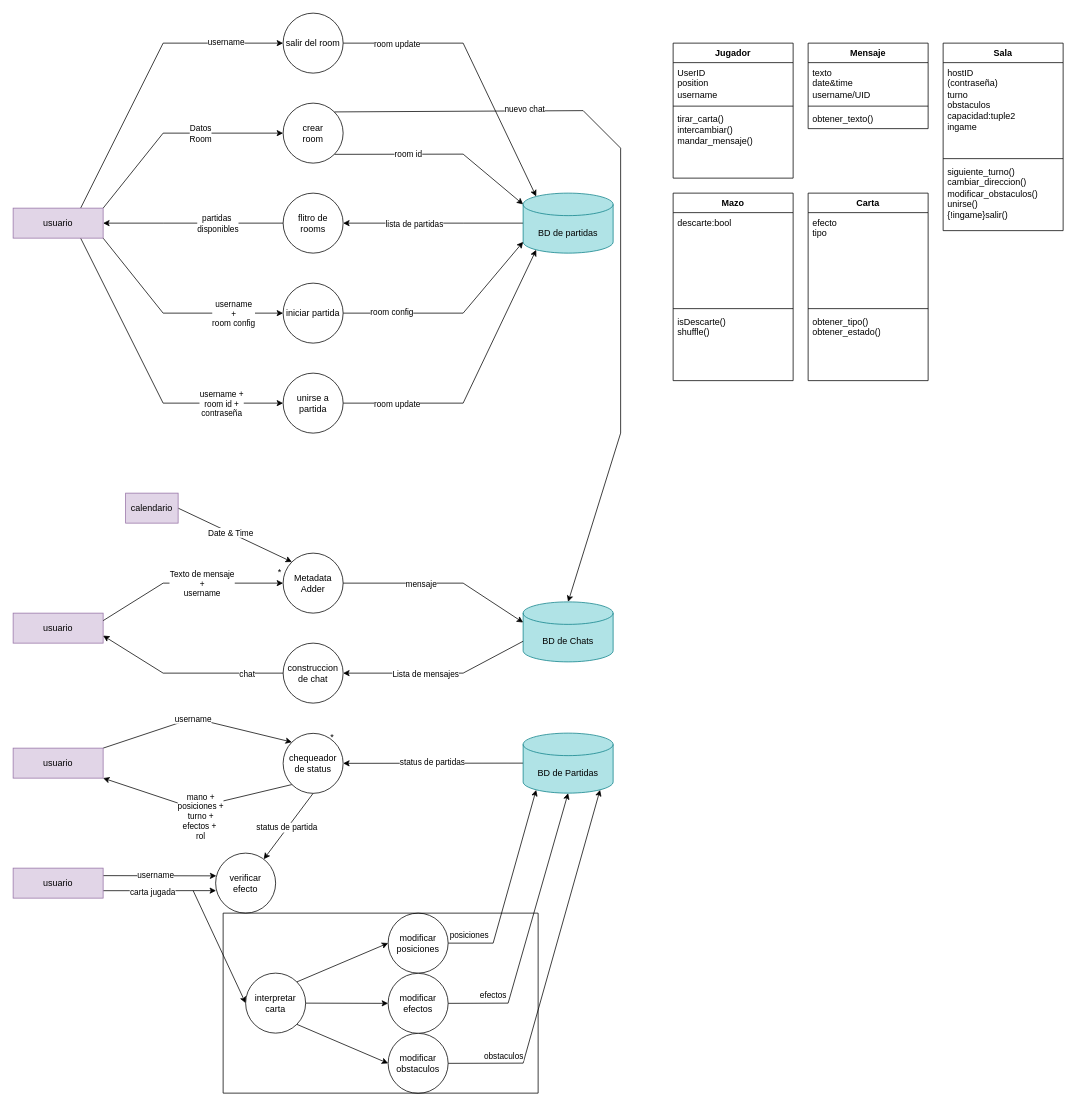
The draw.io diagram Diagrama sin título.drawio in PedroSalas216/Ingenieria-SW-1, before the edit. Source tidied: cells renumbered, new cells numbered last; positions are measured from the earlier drawing's top-left corner, leaving out a move shared by most shapes. Both pictures are drawn from the tidied source at 75%, with x=0, y=0 at pixel (13, 13).
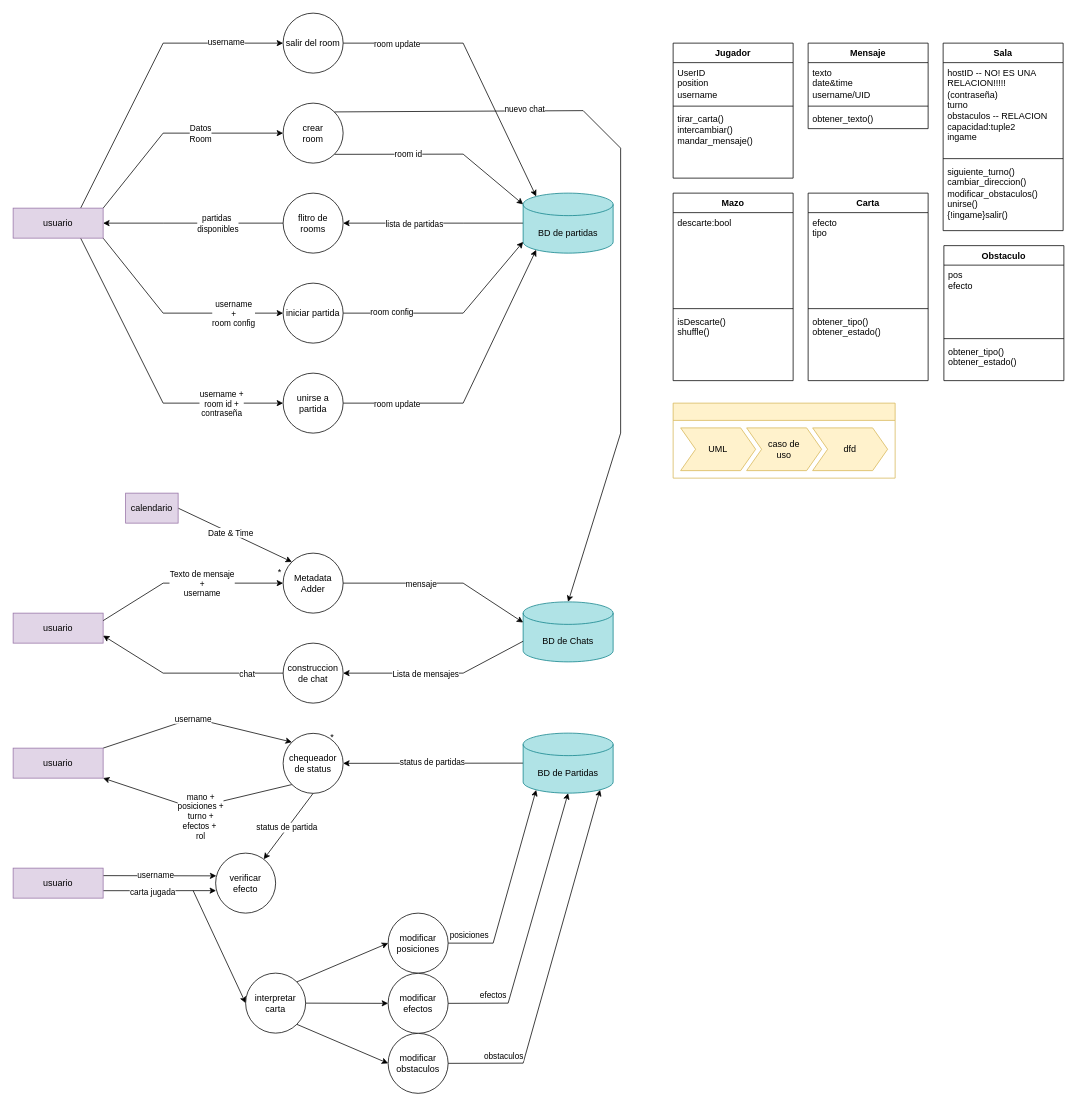
After the change.

The change refers to these unchanged cells:
```xml
<mxCell id="88" value="&lt;div&gt;Sala&lt;/div&gt;" style="swimlane;fontStyle=1;align=center;verticalAlign=top;horizontal=1;startSize=26;whiteSpace=wrap;html=1;" parent="1" vertex="1">
  <mxGeometry x="1240" y="40" width="160" height="250" as="geometry" />
</mxCell>
```

What changed in the source:
```diff
@@
-    <mxCell id="89" value="&lt;div&gt;hostID&lt;/div&gt;&lt;div&gt;(contraseña)&lt;/div&gt;&lt;div&gt;turno&lt;/div&gt;&lt;div&gt;obstaculos&lt;/div&gt;&lt;div&gt;capacidad:tuple2&lt;/div&gt;&lt;div&gt;ingame&lt;br&gt;&lt;/div&gt;&lt;div&gt;&lt;br&gt;&lt;/div&gt;" style="text;strokeColor=none;fillColor=none;align=left;verticalAlign=top;spacingLeft=4;spacingRight=4;overflow=hidden;whiteSpace=wrap;html=1;" parent="88" vertex="1">
+    <mxCell id="89" value="&lt;div&gt;hostID -- NO! ES UNA RELACION!!!!!&lt;br&gt;&lt;/div&gt;&lt;div&gt;(contraseña)&lt;/div&gt;&lt;div&gt;turno&lt;/div&gt;&lt;div&gt;obstaculos -- RELACION&lt;br&gt;&lt;/div&gt;&lt;div&gt;capacidad:tuple2&lt;/div&gt;&lt;div&gt;ingame&lt;br&gt;&lt;/div&gt;&lt;div&gt;&lt;br&gt;&lt;/div&gt;" style="text;strokeColor=none;fillColor=none;align=left;verticalAlign=top;spacingLeft=4;spacingRight=4;overflow=hidden;whiteSpace=wrap;html=1;" parent="88" vertex="1">
       <mxGeometry y="26" width="160" height="124" as="geometry" />
     </mxCell>
@@
-    <mxCell id="100" style="swimlane;startSize=0;" parent="1" vertex="1">
-      <mxGeometry x="280" y="1200" width="420" height="240" as="geometry" />
-    </mxCell>
-    <mxCell id="101" style="edgeStyle=none;rounded=0;orthogonalLoop=1;jettySize=auto;html=1;exitX=1;exitY=1;exitDx=0;exitDy=0;" parent="1" edge="1" source="100" target="100">
-      <mxGeometry relative="1" as="geometry" />
+    <mxCell id="101" style="edgeStyle=none;rounded=0;orthogonalLoop=1;jettySize=auto;html=1;exitX=1;exitY=1;exitDx=0;exitDy=0;" parent="1" edge="1">
+      <mxGeometry relative="1" as="geometry">
+        <mxPoint x="700" y="1440" as="sourcePoint" />
+        <mxPoint x="700" y="1440" as="targetPoint" />
+      </mxGeometry>
     </mxCell>
+    <mxCell id="102" value="Obstaculo" style="swimlane;fontStyle=1;align=center;verticalAlign=top;horizontal=1;startSize=26;whiteSpace=wrap;html=1;" parent="1" vertex="1">
+      <mxGeometry x="1241" y="310" width="160" height="180" as="geometry" />
+    </mxCell>
+    <mxCell id="103" value="&lt;div&gt;pos&lt;/div&gt;&lt;div&gt;efecto&lt;br&gt;&lt;/div&gt;" style="text;strokeColor=none;fillColor=none;align=left;verticalAlign=top;spacingLeft=4;spacingRight=4;overflow=hidden;whiteSpace=wrap;html=1;" parent="102" vertex="1">
+      <mxGeometry y="26" width="160" height="94" as="geometry" />
+    </mxCell>
+    <mxCell id="104" style="line;strokeWidth=1;fillColor=none;align=left;verticalAlign=middle;spacingTop=-1;spacingLeft=3;spacingRight=3;labelPosition=right;strokeColor=inherit;" parent="102" vertex="1">
+      <mxGeometry y="120" width="160" height="8" as="geometry" />
+    </mxCell>
+    <mxCell id="105" value="&lt;div&gt;obtener_tipo()&lt;/div&gt;&lt;div&gt;obtener_estado()&lt;br&gt;&lt;/div&gt;" style="text;strokeColor=none;fillColor=none;align=left;verticalAlign=top;spacingLeft=4;spacingRight=4;overflow=hidden;whiteSpace=wrap;html=1;" parent="102" vertex="1">
+      <mxGeometry y="128" width="160" height="52" as="geometry" />
+    </mxCell>
+    <mxCell id="106" value="&lt;div&gt;&lt;br&gt;&lt;/div&gt;" style="swimlane;horizontal=1;fillColor=#fff2cc;strokeColor=#d6b656;stackBorder=10;align=center;whiteSpace=wrap;html=1;" parent="1" vertex="1">
+      <mxGeometry x="880" y="520" width="296" height="100" as="geometry" />
+    </mxCell>
+    <mxCell id="107" value="UML" style="shape=step;perimeter=stepPerimeter;fixedSize=1;whiteSpace=wrap;html=1;fillColor=#fff2cc;strokeColor=#d6b656;" parent="106" vertex="1">
+      <mxGeometry x="10" y="33" width="100" height="57" as="geometry" />
+    </mxCell>
+    <mxCell id="108" value="&lt;div&gt;caso de &lt;/div&gt;&lt;div&gt;uso&lt;/div&gt;" style="shape=step;perimeter=stepPerimeter;fixedSize=1;whiteSpace=wrap;html=1;fillColor=#fff2cc;strokeColor=#d6b656;" parent="106" vertex="1">
+      <mxGeometry x="98" y="33" width="100" height="57" as="geometry" />
+    </mxCell>
+    <mxCell id="109" value="dfd" style="shape=step;perimeter=stepPerimeter;fixedSize=1;whiteSpace=wrap;html=1;fillColor=#fff2cc;strokeColor=#d6b656;" parent="106" vertex="1">
+      <mxGeometry x="186" y="33" width="100" height="57" as="geometry" />
+    </mxCell>
```
